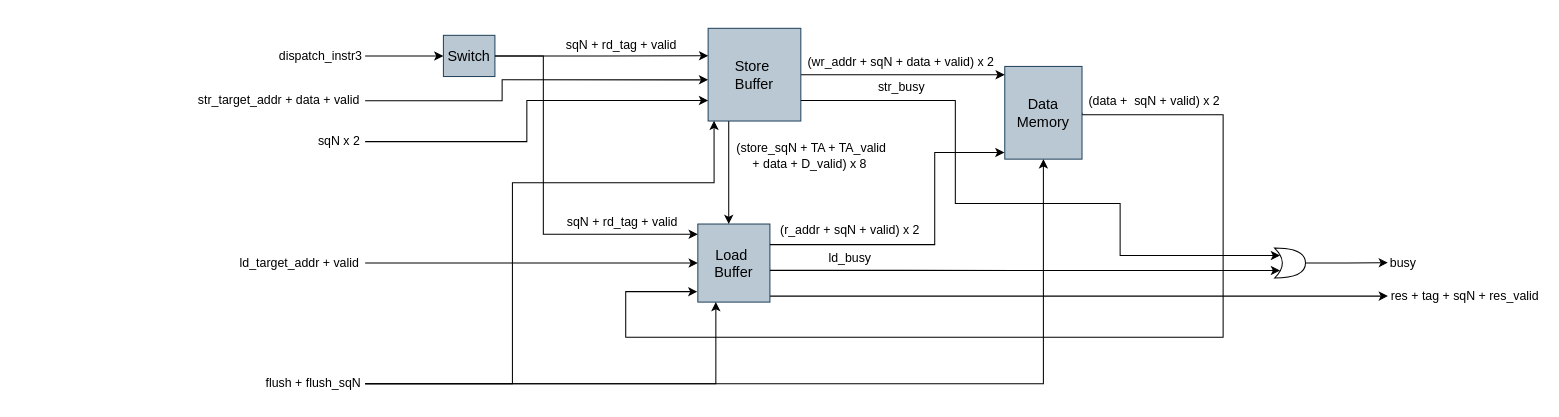
Before: page "LSU" (4 of 6) of docs/OoO_SS.drawio in Muhammad-Furrukh/FYP, a draw.io diagram. Source tidied: cells renumbered, new cells numbered last; positions are measured from the earlier drawing's top-left corner, leaving out a move shared by most shapes. Both pictures are drawn from the tidied source at 103%, with x=0, y=0 at pixel (193, 28).
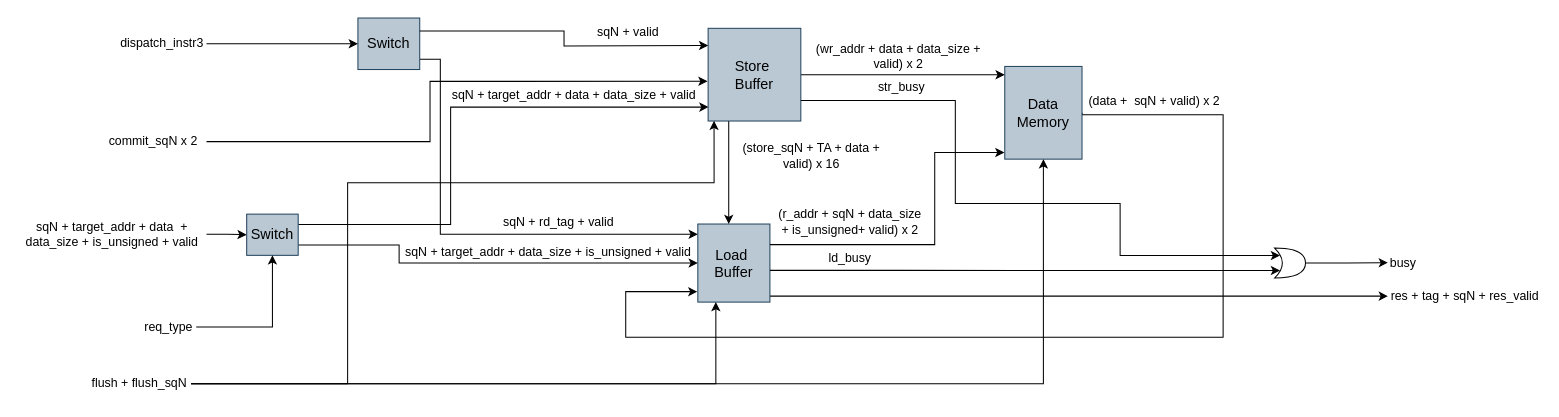
After the change.

Unchanged cells that the change refers to:
```xml
<mxCell id="8" value="&lt;span style=&quot;font-size: 14px;&quot;&gt;Load&amp;nbsp; Buffer&lt;/span&gt;" style="rounded=0;whiteSpace=wrap;html=1;fillColor=#bac8d3;strokeColor=#23445d;" parent="1" vertex="1">
  <mxGeometry x="490" y="190" width="70" height="75.8" as="geometry" />
</mxCell>
<mxCell id="13" value="&lt;span style=&quot;font-size: 14px;&quot;&gt;Store&amp;nbsp;&lt;/span&gt;&lt;div&gt;&lt;span style=&quot;font-size: 14px;&quot;&gt;Buffer&lt;/span&gt;&lt;/div&gt;" style="rounded=0;whiteSpace=wrap;html=1;fillColor=#bac8d3;strokeColor=#23445d;" parent="1" vertex="1">
  <mxGeometry x="500" width="90" height="90" as="geometry" />
</mxCell>
```

What changed in the source:
```diff
@@
-    <mxCell id="2" style="edgeStyle=orthogonalEdgeStyle;rounded=0;jettySize=auto;html=1;entryX=0;entryY=0.5;entryDx=0;entryDy=0;exitX=1;exitY=0.5;exitDx=0;exitDy=0;" parent="1" edge="1" source="19" target="8">
-      <mxGeometry relative="1" as="geometry" />
+    <mxCell id="2" style="edgeStyle=orthogonalEdgeStyle;rounded=0;jettySize=auto;html=1;entryX=0;entryY=0.5;entryDx=0;entryDy=0;exitX=1;exitY=0.75;exitDx=0;exitDy=0;" parent="1" edge="1" source="41" target="8">
+      <mxGeometry relative="1" as="geometry">
+        <Array as="points">
+          <mxPoint x="200" y="210" />
+          <mxPoint x="200" y="228" />
+        </Array>
+      </mxGeometry>
     </mxCell>
-    <mxCell id="3" style="edgeStyle=orthogonalEdgeStyle;rounded=0;jettySize=auto;html=1;entryX=0;entryY=0.556;entryDx=0;entryDy=0;entryPerimeter=0;exitX=1;exitY=0.5;exitDx=0;exitDy=0;" parent="1" edge="1" source="20" target="13">
+    <mxCell id="3" style="edgeStyle=orthogonalEdgeStyle;rounded=0;jettySize=auto;html=1;entryX=0.004;entryY=0.85;entryDx=0;entryDy=0;entryPerimeter=0;exitX=1;exitY=0.25;exitDx=0;exitDy=0;" parent="1" edge="1" source="41" target="13">
       <mxGeometry relative="1" as="geometry">
         <Array as="points">
-          <mxPoint x="300" y="70" />
-          <mxPoint x="300" y="50" />
+          <mxPoint x="250" y="190" />
+          <mxPoint x="250" y="76" />
+          <mxPoint x="500" y="76" />
         </Array>
       </mxGeometry>
     </mxCell>
@@
-    <mxCell id="6" value="(r_addr + sqN + valid) x 2" style="text;html=1;align=center;verticalAlign=middle;whiteSpace=wrap;rounded=0;" parent="1" vertex="1">
-      <mxGeometry x="566" y="185.1" width="144" height="21.3" as="geometry" />
+    <mxCell id="6" value="(r_addr + sqN + data_size + is_unsigned+ valid) x 2" style="text;html=1;align=center;verticalAlign=middle;whiteSpace=wrap;rounded=0;" parent="1" vertex="1">
+      <mxGeometry x="563" y="170" width="150" height="36.4" as="geometry" />
     </mxCell>
@@
-    <mxCell id="9" value="sqN + rd_tag + valid" style="text;html=1;align=center;verticalAlign=middle;whiteSpace=wrap;rounded=0;" parent="1" vertex="1">
-      <mxGeometry x="358" y="9.8" width="116" height="13.8" as="geometry" />
+    <mxCell id="9" value="sqN + valid" style="text;html=1;align=center;verticalAlign=middle;whiteSpace=wrap;rounded=0;" parent="1" vertex="1">
+      <mxGeometry x="390" y="-2.8" width="65" height="13.8" as="geometry" />
     </mxCell>
-    <mxCell id="10" value="sqN x 2" style="text;html=1;align=center;verticalAlign=middle;whiteSpace=wrap;rounded=0;rotation=0;" parent="1" vertex="1">
-      <mxGeometry x="117" y="100" width="50" height="20" as="geometry" />
+    <mxCell id="10" value="commit_sqN x 2" style="text;html=1;align=center;verticalAlign=middle;whiteSpace=wrap;rounded=0;rotation=0;" parent="1" vertex="1">
+      <mxGeometry x="-90" y="100" width="103" height="20" as="geometry" />
     </mxCell>
@@
     <mxCell id="14" style="edgeStyle=orthogonalEdgeStyle;rounded=0;jettySize=auto;html=1;" parent="1" edge="1" source="15">
       <mxGeometry relative="1" as="geometry">
         <mxPoint x="490" y="200" as="targetPoint" />
         <Array as="points">
-          <mxPoint x="340" y="27" />
-          <mxPoint x="340" y="200" />
-          <mxPoint x="490" y="200" />
+          <mxPoint x="240" y="30" />
+          <mxPoint x="240" y="200" />
         </Array>
       </mxGeometry>
     </mxCell>
     <mxCell id="15" value="&lt;span style=&quot;font-size: 14px;&quot;&gt;Switch&lt;/span&gt;" style="rounded=0;whiteSpace=wrap;html=1;fillColor=#bac8d3;strokeColor=#23445d;" parent="1" vertex="1">
-      <mxGeometry x="243" y="6.8" width="50" height="40" as="geometry" />
+      <mxGeometry x="160" y="-10" width="60" height="50" as="geometry" />
     </mxCell>
@@
     <mxCell id="17" value="dispatch_instr3" style="text;html=1;align=center;verticalAlign=middle;whiteSpace=wrap;rounded=0;" parent="1" vertex="1">
-      <mxGeometry x="81" y="17.8" width="86" height="18" as="geometry" />
+      <mxGeometry x="-73" y="6" width="86" height="18" as="geometry" />
     </mxCell>
-    <mxCell id="18" style="edgeStyle=orthogonalEdgeStyle;rounded=0;jettySize=auto;html=1;entryX=0.001;entryY=0.296;entryDx=0;entryDy=0;entryPerimeter=0;" parent="1" edge="1" source="15" target="13">
-      <mxGeometry relative="1" as="geometry" />
+    <mxCell id="18" style="edgeStyle=orthogonalEdgeStyle;rounded=0;jettySize=auto;html=1;entryX=0.001;entryY=0.296;entryDx=0;entryDy=0;entryPerimeter=0;exitX=1;exitY=0.25;exitDx=0;exitDy=0;" parent="1" edge="1" source="15">
+      <mxGeometry relative="1" as="geometry">
+        <mxPoint x="500.1" y="16.6" as="targetPoint" />
+      </mxGeometry>
     </mxCell>
-    <mxCell id="19" value="ld_target_addr + valid" style="text;html=1;align=center;verticalAlign=middle;whiteSpace=wrap;rounded=0;" parent="1" vertex="1">
-      <mxGeometry x="40" y="217.9" width="127" height="20" as="geometry" />
-    </mxCell>
-    <mxCell id="20" value="str_target_addr + data + valid" style="text;html=1;align=center;verticalAlign=middle;whiteSpace=wrap;rounded=0;" parent="1" vertex="1">
-      <mxGeometry y="61.9" width="167" height="17" as="geometry" />
-    </mxCell>
-    <mxCell id="21" value="(store_sqN + TA + TA_valid + data + D_valid) x 8&amp;nbsp;" style="text;html=1;align=center;verticalAlign=middle;whiteSpace=wrap;rounded=0;" parent="1" vertex="1">
+    <mxCell id="21" value="(store_sqN + TA + data + valid) x 16" style="text;html=1;align=center;verticalAlign=middle;whiteSpace=wrap;rounded=0;" parent="1" vertex="1">
       <mxGeometry x="523" y="109.1" width="155" height="30" as="geometry" />
     </mxCell>
-    <mxCell id="22" value="(wr_addr + sqN + data + valid) x 2" style="text;html=1;align=center;verticalAlign=middle;whiteSpace=wrap;rounded=0;" parent="1" vertex="1">
-      <mxGeometry x="595" y="23" width="185" height="20.2" as="geometry" />
+    <mxCell id="22" value="(wr_addr + data + data_size + valid) x 2" style="text;html=1;align=center;verticalAlign=middle;whiteSpace=wrap;rounded=0;" parent="1" vertex="1">
+      <mxGeometry x="590" y="10" width="190" height="33.2" as="geometry" />
     </mxCell>
@@
     <mxCell id="25" value="sqN + rd_tag + valid" style="text;html=1;align=center;verticalAlign=middle;whiteSpace=wrap;rounded=0;" parent="1" vertex="1">
-      <mxGeometry x="359" y="181.3" width="116" height="13.8" as="geometry" />
+      <mxGeometry x="300" y="175.2" width="110" height="26.1" as="geometry" />
     </mxCell>
-    <mxCell id="26" style="edgeStyle=orthogonalEdgeStyle;rounded=0;jettySize=auto;html=1;" parent="1" edge="1" source="10">
+    <mxCell id="26" style="edgeStyle=orthogonalEdgeStyle;rounded=0;jettySize=auto;html=1;entryX=-0.006;entryY=0.572;entryDx=0;entryDy=0;entryPerimeter=0;" parent="1" edge="1" source="10" target="13">
       <mxGeometry relative="1" as="geometry">
-        <mxPoint x="500" y="70" as="targetPoint" />
         <Array as="points">
-          <mxPoint x="324" y="110" />
-          <mxPoint x="324" y="70" />
-          <mxPoint x="500" y="70" />
+          <mxPoint x="230" y="110" />
+          <mxPoint x="230" y="51" />
+          <mxPoint x="499" y="51" />
         </Array>
       </mxGeometry>
     </mxCell>
@@
     <mxCell id="30" value="flush + flush_sqN" style="text;html=1;align=center;verticalAlign=middle;whiteSpace=wrap;rounded=0;" parent="1" vertex="1">
-      <mxGeometry x="67" y="330" width="100" height="30" as="geometry" />
+      <mxGeometry x="-102" y="330" width="100" height="30" as="geometry" />
     </mxCell>
     <mxCell id="31" style="edgeStyle=orthogonalEdgeStyle;rounded=0;jettySize=auto;html=1;entryX=0.064;entryY=0.998;entryDx=0;entryDy=0;entryPerimeter=0;" parent="1" edge="1" source="30" target="13">
       <mxGeometry relative="1" as="geometry">
         <Array as="points">
-          <mxPoint x="310" y="345" />
-          <mxPoint x="310" y="150" />
+          <mxPoint x="150" y="345" />
+          <mxPoint x="150" y="150" />
           <mxPoint x="506" y="150" />
         </Array>
       </mxGeometry>
     </mxCell>
@@
+    <mxCell id="39" style="edgeStyle=orthogonalEdgeStyle;rounded=0;jettySize=auto;html=1;entryX=0;entryY=0.5;entryDx=0;entryDy=0;" parent="1" edge="1" source="40" target="41">
+      <mxGeometry relative="1" as="geometry" />
+    </mxCell>
+    <mxCell id="40" value="sqN + target_addr + data&amp;nbsp; + data_size + is_unsigned + valid" style="text;html=1;align=center;verticalAlign=middle;whiteSpace=wrap;rounded=0;" parent="1" vertex="1">
+      <mxGeometry x="-170" y="180" width="183" height="40" as="geometry" />
+    </mxCell>
+    <mxCell id="41" value="&lt;span style=&quot;font-size: 14px;&quot;&gt;Switch&lt;/span&gt;" style="rounded=0;whiteSpace=wrap;html=1;fillColor=#bac8d3;strokeColor=#23445d;" parent="1" vertex="1">
+      <mxGeometry x="52" y="180.4" width="50" height="40" as="geometry" />
+    </mxCell>
+    <mxCell id="42" style="edgeStyle=orthogonalEdgeStyle;rounded=0;jettySize=auto;html=1;entryX=0.5;entryY=1;entryDx=0;entryDy=0;" parent="1" edge="1" source="43" target="41">
+      <mxGeometry relative="1" as="geometry" />
+    </mxCell>
+    <mxCell id="43" value="req_type" style="text;html=1;align=center;verticalAlign=middle;whiteSpace=wrap;rounded=0;" parent="1" vertex="1">
+      <mxGeometry x="-50" y="274.9" width="53" height="30" as="geometry" />
+    </mxCell>
+    <mxCell id="44" value="sqN + target_addr + data_size + is_unsigned + valid" style="text;html=1;align=center;verticalAlign=middle;whiteSpace=wrap;rounded=0;" parent="1" vertex="1">
+      <mxGeometry x="200" y="210" width="290" height="16.7" as="geometry" />
+    </mxCell>
+    <mxCell id="45" value="sqN + target_addr + data + data_size + valid" style="text;html=1;align=center;verticalAlign=middle;whiteSpace=wrap;rounded=0;" parent="1" vertex="1">
+      <mxGeometry x="250" y="60" width="240" height="10" as="geometry" />
+    </mxCell>
```
